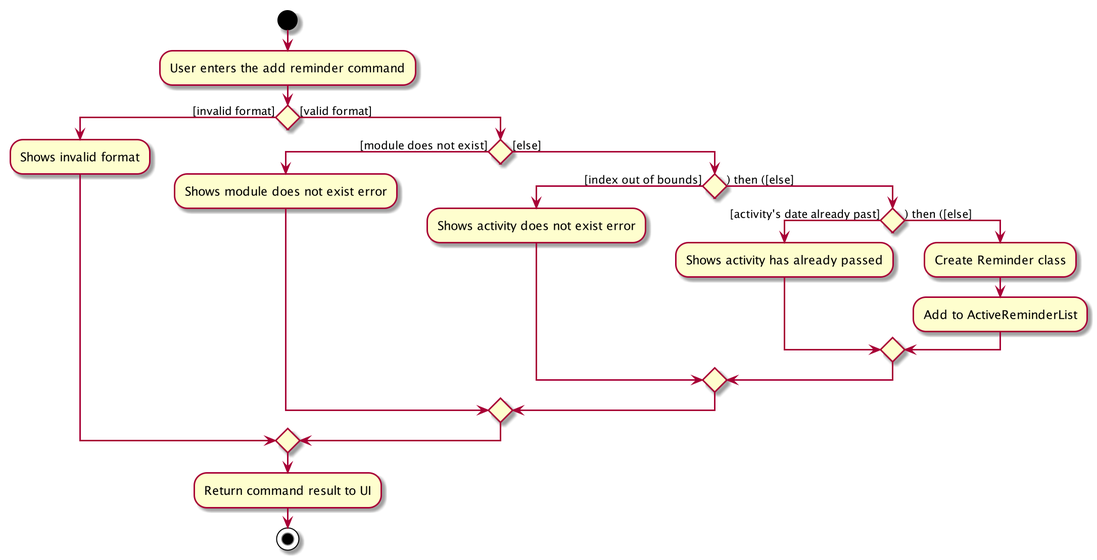
The PlantUML diagram docs/images/AddReminderActivityDiagram.png in nus-cs2103-AY1920S2/addressbook-level3, before a commit. Its diagram source:
```plantuml
@startuml
start
:User enters the add reminder command;

if () then ([invalid format])
    :Shows invalid format;
else ([valid format])
    if () then ([module does not exist])
        :Shows module does not exist error;
    else ([else])
        if () then ([index out of bounds])
            :Shows activity does not exist error;
        else () then ([else])
            if () then ([activity's date already past])
                :Shows activity has already passed;
            else () then ([else])
                :Create Reminder class;
                :Add to ActiveReminderList;
endif
endif
endif
endif
:Return command result to UI;
stop
@enduml
```
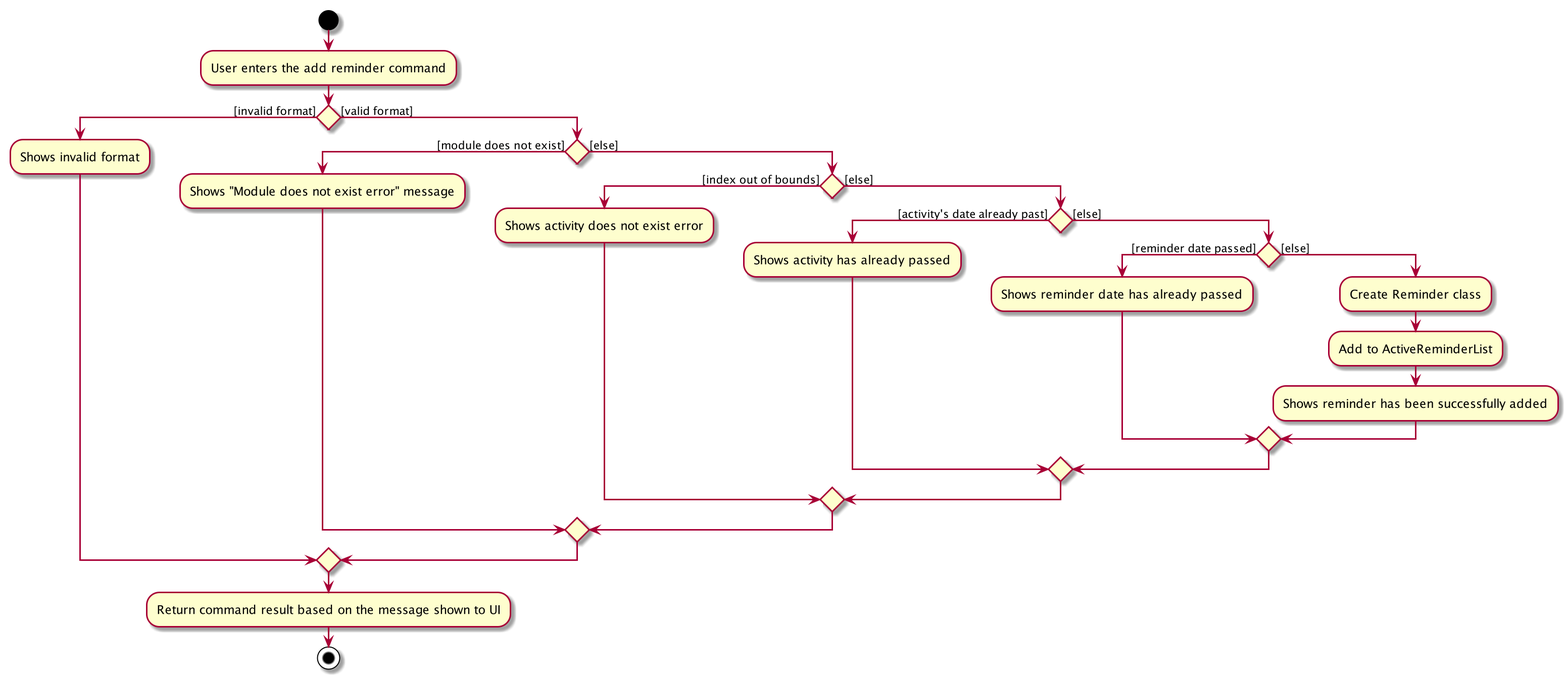
Later version of the same file.

Commit message:
Updated and fixed UML diagrams

Diff of the diagram source:
```diff
@@ -6,20 +6,25 @@
     :Shows invalid format;
 else ([valid format])
     if () then ([module does not exist])
-        :Shows module does not exist error;
+        :Shows "Module does not exist error" message;
     else ([else])
         if () then ([index out of bounds])
             :Shows activity does not exist error;
-        else () then ([else])
+        else ([else])
             if () then ([activity's date already past])
                 :Shows activity has already passed;
-            else () then ([else])
-                :Create Reminder class;
-                :Add to ActiveReminderList;
+            else ([else])
+                if () then ([reminder date passed])
+                    :Shows reminder date has already passed;
+                else ([else])
+                    :Create Reminder class;
+                    :Add to ActiveReminderList;
+                    :Shows reminder has been successfully added;
 endif
 endif
 endif
 endif
-:Return command result to UI;
+endif
+:Return command result based on the message shown to UI;
 stop
 @enduml
```
